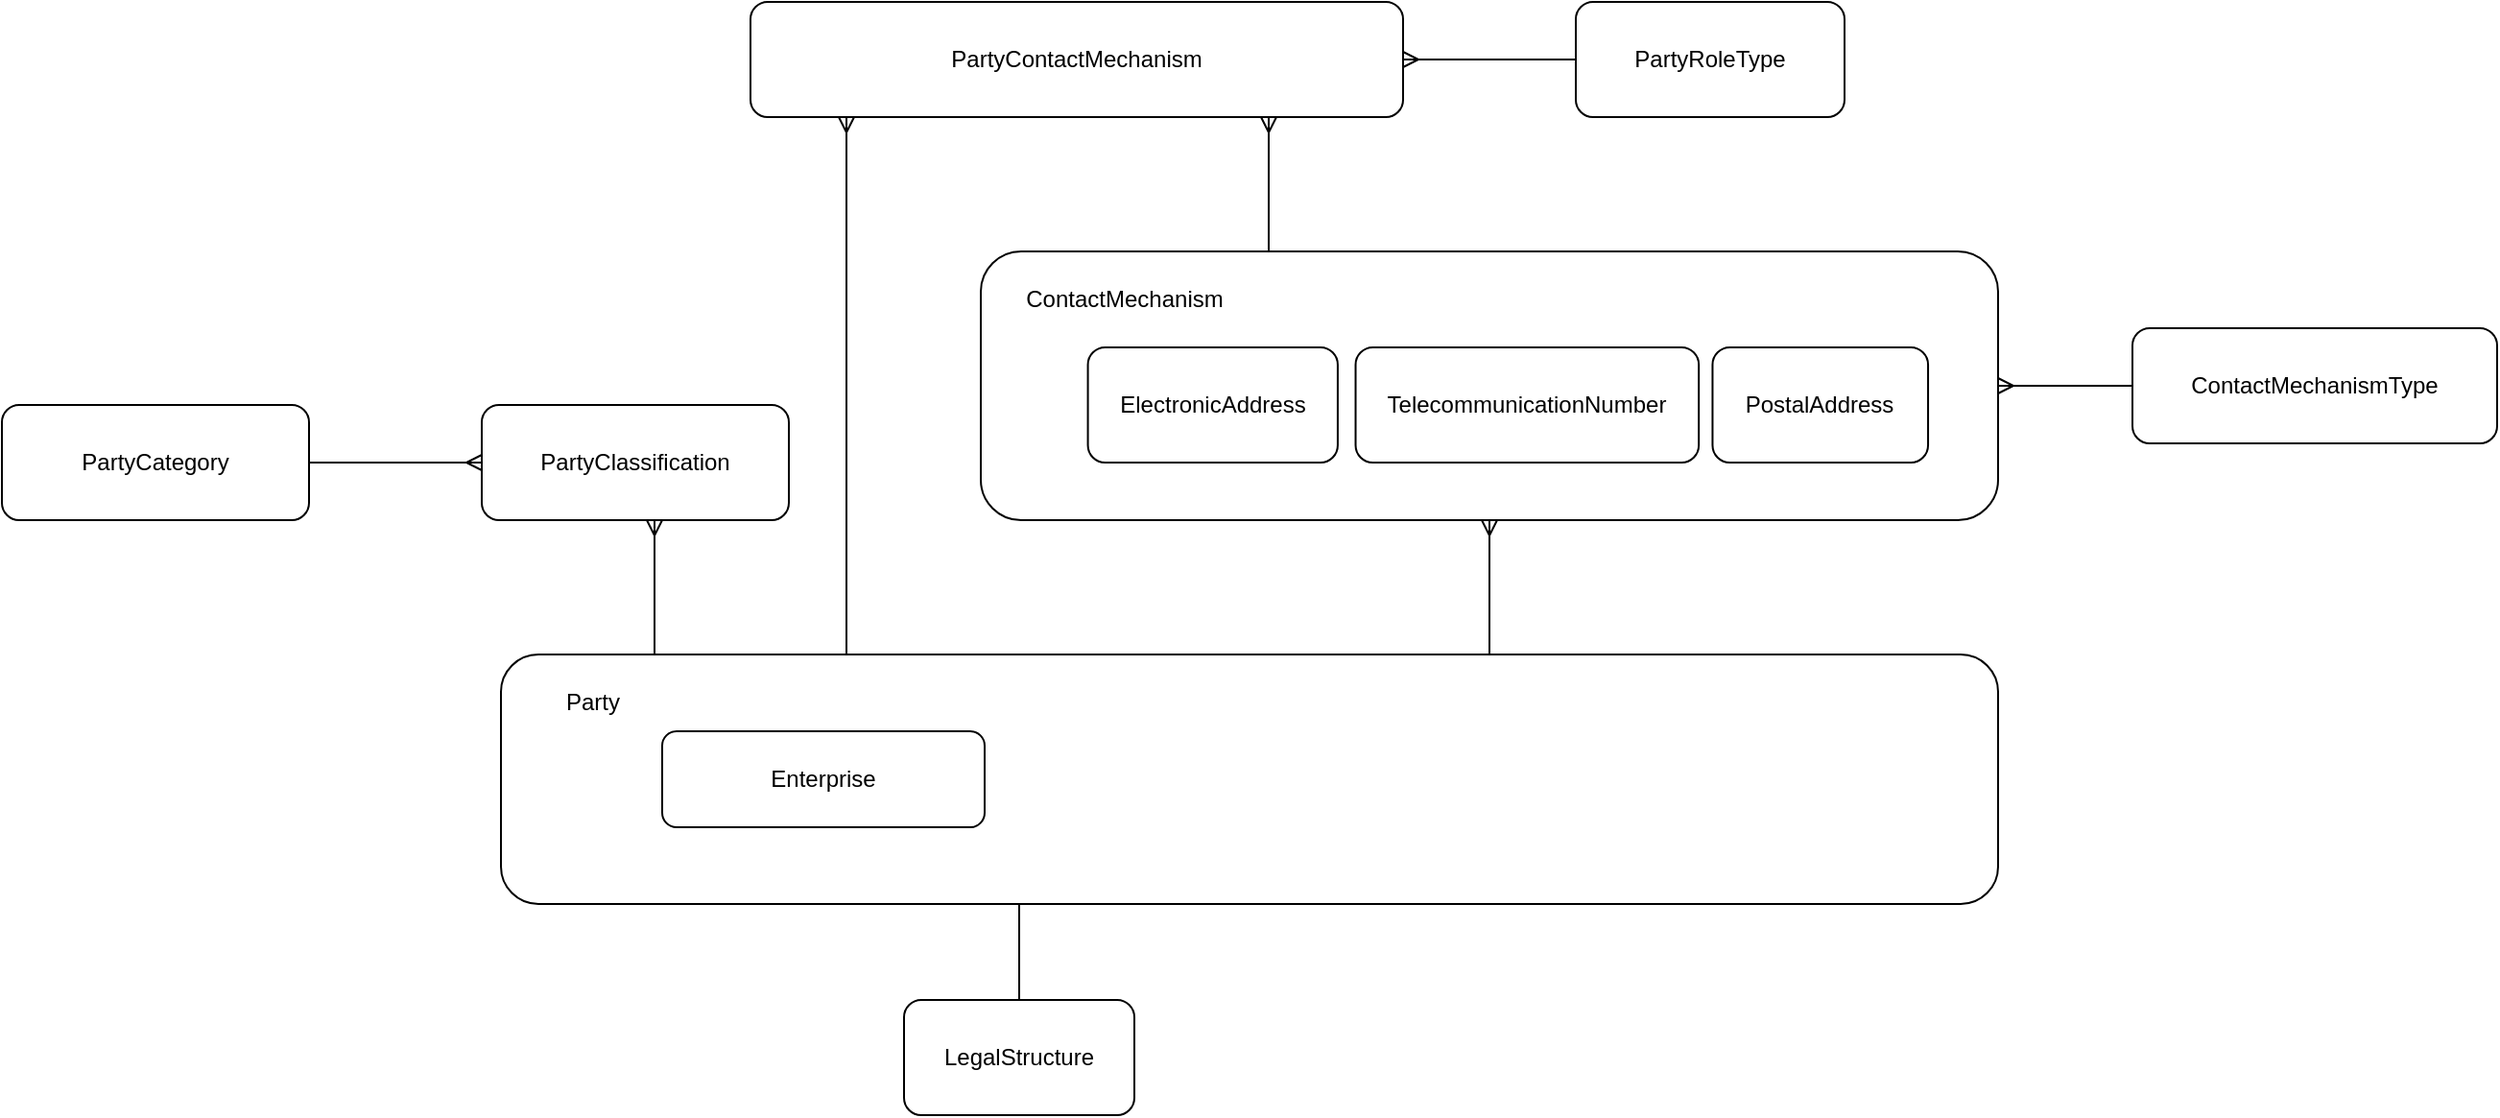
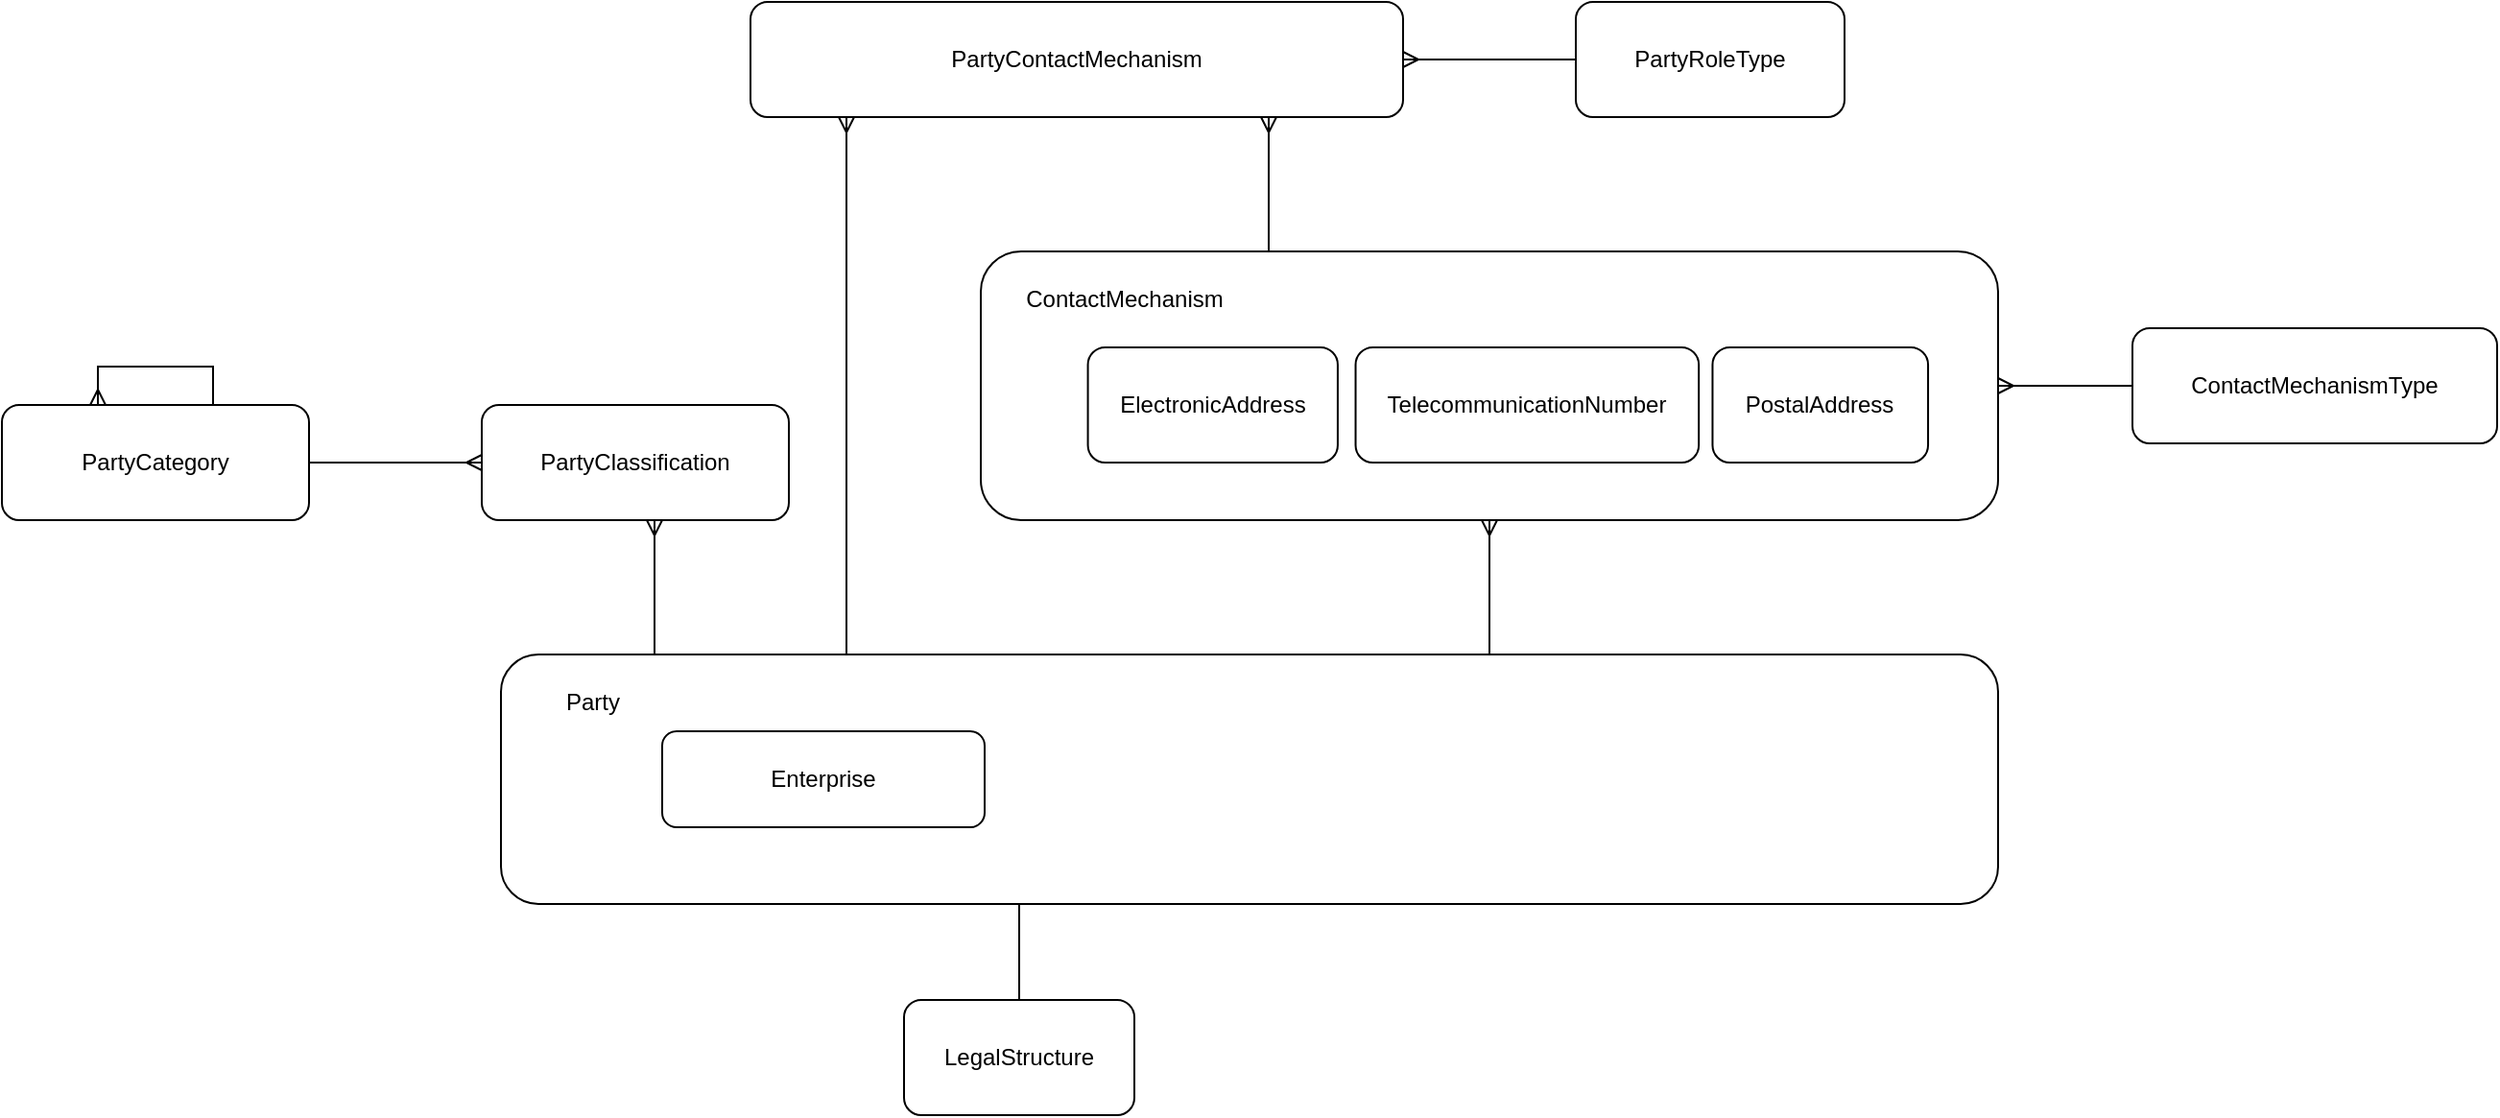
<mxfile host="app.diagrams.net" agent="Mozilla/5.0 (Windows NT 10.0; Win64; x64) AppleWebKit/537.36 (KHTML, like Gecko) Chrome/141.0.0.0 Safari/537.36" version="28.2.9">
  <diagram name="Page-1" id="d0nJ6Fx9cUZLMqGtfM0H">
-     <mxGraphModel dx="2339" dy="889" grid="1" gridSize="10" guides="1" tooltips="1" connect="1" arrows="1" fold="1" page="1" pageScale="1" pageWidth="850" pageHeight="1100" math="0" shadow="0">
+     <mxGraphModel dx="1569" dy="429" grid="1" gridSize="10" guides="1" tooltips="1" connect="1" arrows="1" fold="1" page="1" pageScale="1" pageWidth="850" pageHeight="1100" math="0" shadow="0">
      <root>
        <mxCell id="0" />
        <mxCell id="1" parent="0" />
        <mxCell id="tdPrWEJd15tEannaNgth-4" style="edgeStyle=orthogonalEdgeStyle;rounded=0;orthogonalLoop=1;jettySize=auto;html=1;startArrow=ERmany;startFill=0;endArrow=none;endFill=0;" edge="1" parent="1" source="tdPrWEJd15tEannaNgth-2" target="tdPrWEJd15tEannaNgth-3">
          <mxGeometry relative="1" as="geometry" />
        </mxCell>
        <mxCell id="tdPrWEJd15tEannaNgth-3" value="ContactMechanismType" style="rounded=1;whiteSpace=wrap;html=1;" vertex="1" parent="1">
          <mxGeometry x="600" y="240" width="190" height="60" as="geometry" />
        </mxCell>
        <mxCell id="tdPrWEJd15tEannaNgth-13" value="PartyRoleType" style="rounded=1;whiteSpace=wrap;html=1;" vertex="1" parent="1">
          <mxGeometry x="310" y="70" width="140" height="60" as="geometry" />
        </mxCell>
        <mxCell id="tdPrWEJd15tEannaNgth-14" style="edgeStyle=orthogonalEdgeStyle;rounded=0;orthogonalLoop=1;jettySize=auto;html=1;startArrow=ERmany;startFill=0;endArrow=none;endFill=0;" edge="1" parent="1" source="tdPrWEJd15tEannaNgth-15" target="tdPrWEJd15tEannaNgth-13">
          <mxGeometry relative="1" as="geometry">
            <mxPoint x="730" y="420" as="sourcePoint" />
            <mxPoint x="730" y="340" as="targetPoint" />
          </mxGeometry>
        </mxCell>
        <mxCell id="tdPrWEJd15tEannaNgth-15" value="PartyContactMechanism" style="rounded=1;whiteSpace=wrap;html=1;" vertex="1" parent="1">
          <mxGeometry x="-120" y="70" width="340" height="60" as="geometry" />
        </mxCell>
        <mxCell id="tdPrWEJd15tEannaNgth-18" style="edgeStyle=orthogonalEdgeStyle;rounded=0;orthogonalLoop=1;jettySize=auto;html=1;startArrow=ERmany;startFill=0;endArrow=none;endFill=0;" edge="1" parent="1" source="tdPrWEJd15tEannaNgth-15" target="tdPrWEJd15tEannaNgth-1">
          <mxGeometry relative="1" as="geometry">
            <mxPoint x="140" y="250" as="sourcePoint" />
            <mxPoint x="-10" y="250" as="targetPoint" />
            <Array as="points">
              <mxPoint x="-70" y="300" />
              <mxPoint x="-70" y="300" />
            </Array>
          </mxGeometry>
        </mxCell>
        <mxCell id="tdPrWEJd15tEannaNgth-19" value="" style="group" vertex="1" connectable="0" parent="1">
          <mxGeometry y="200" width="530" height="140" as="geometry" />
        </mxCell>
        <mxCell id="tdPrWEJd15tEannaNgth-2" value="" style="rounded=1;whiteSpace=wrap;html=1;" vertex="1" parent="tdPrWEJd15tEannaNgth-19">
          <mxGeometry width="530" height="140" as="geometry" />
        </mxCell>
        <mxCell id="tdPrWEJd15tEannaNgth-5" value="ElectronicAddress" style="rounded=1;whiteSpace=wrap;html=1;" vertex="1" parent="tdPrWEJd15tEannaNgth-19">
          <mxGeometry x="55.78947368421052" y="50" width="130.17543859649123" height="60" as="geometry" />
        </mxCell>
        <mxCell id="tdPrWEJd15tEannaNgth-6" value="TelecommunicationNumber" style="rounded=1;whiteSpace=wrap;html=1;" vertex="1" parent="tdPrWEJd15tEannaNgth-19">
          <mxGeometry x="195.26315789473682" y="50" width="178.81456140350878" height="60" as="geometry" />
        </mxCell>
        <mxCell id="tdPrWEJd15tEannaNgth-7" value="ContactMechanism" style="text;html=1;whiteSpace=wrap;strokeColor=none;fillColor=none;align=center;verticalAlign=middle;rounded=0;" vertex="1" parent="tdPrWEJd15tEannaNgth-19">
          <mxGeometry x="27.896882591093107" y="10" width="94.41295546558705" height="30" as="geometry" />
        </mxCell>
        <mxCell id="tdPrWEJd15tEannaNgth-8" value="PostalAddress" style="rounded=1;whiteSpace=wrap;html=1;" vertex="1" parent="tdPrWEJd15tEannaNgth-19">
          <mxGeometry x="381.2280701754386" y="50" width="112.29491228070175" height="60" as="geometry" />
        </mxCell>
        <mxCell id="tdPrWEJd15tEannaNgth-20" style="edgeStyle=orthogonalEdgeStyle;rounded=0;orthogonalLoop=1;jettySize=auto;html=1;startArrow=ERmany;startFill=0;endArrow=none;endFill=0;" edge="1" parent="1" source="tdPrWEJd15tEannaNgth-15" target="tdPrWEJd15tEannaNgth-2">
          <mxGeometry relative="1" as="geometry">
            <mxPoint x="370" y="120" as="sourcePoint" />
            <mxPoint x="370" y="430" as="targetPoint" />
            <Array as="points">
              <mxPoint x="150" y="160" />
              <mxPoint x="150" y="160" />
            </Array>
          </mxGeometry>
        </mxCell>
        <mxCell id="tdPrWEJd15tEannaNgth-21" style="edgeStyle=orthogonalEdgeStyle;rounded=0;orthogonalLoop=1;jettySize=auto;html=1;startArrow=ERmany;startFill=0;endArrow=none;endFill=0;" edge="1" parent="1" source="tdPrWEJd15tEannaNgth-2" target="tdPrWEJd15tEannaNgth-1">
          <mxGeometry relative="1" as="geometry">
            <mxPoint x="240" y="400" as="sourcePoint" />
            <mxPoint x="240" y="470" as="targetPoint" />
            <Array as="points">
              <mxPoint x="305" y="420" />
              <mxPoint x="305" y="420" />
            </Array>
          </mxGeometry>
        </mxCell>
        <mxCell id="tdPrWEJd15tEannaNgth-22" value="LegalStructure" style="rounded=1;whiteSpace=wrap;html=1;" vertex="1" parent="1">
          <mxGeometry x="-40" y="590" width="120" height="60" as="geometry" />
        </mxCell>
        <mxCell id="tdPrWEJd15tEannaNgth-23" style="edgeStyle=orthogonalEdgeStyle;rounded=0;orthogonalLoop=1;jettySize=auto;html=1;startArrow=ERmany;startFill=0;endArrow=none;endFill=0;" edge="1" parent="1" source="tdPrWEJd15tEannaNgth-17" target="tdPrWEJd15tEannaNgth-22">
          <mxGeometry relative="1" as="geometry">
            <mxPoint x="270" y="690" as="sourcePoint" />
            <mxPoint x="270" y="760" as="targetPoint" />
            <Array as="points">
              <mxPoint x="20" y="540" />
              <mxPoint x="20" y="540" />
            </Array>
          </mxGeometry>
        </mxCell>
        <mxCell id="tdPrWEJd15tEannaNgth-25" value="" style="group" vertex="1" connectable="0" parent="1">
          <mxGeometry x="-250" y="410" width="780" height="130" as="geometry" />
        </mxCell>
        <mxCell id="tdPrWEJd15tEannaNgth-1" value="" style="rounded=1;whiteSpace=wrap;html=1;" vertex="1" parent="tdPrWEJd15tEannaNgth-25">
          <mxGeometry width="780" height="130" as="geometry" />
        </mxCell>
        <mxCell id="tdPrWEJd15tEannaNgth-9" value="Party" style="text;html=1;whiteSpace=wrap;strokeColor=none;fillColor=none;align=center;verticalAlign=middle;rounded=0;" vertex="1" parent="tdPrWEJd15tEannaNgth-25">
          <mxGeometry x="12" y="10" width="72" height="30" as="geometry" />
        </mxCell>
        <mxCell id="tdPrWEJd15tEannaNgth-17" value="Enterprise" style="rounded=1;whiteSpace=wrap;html=1;" vertex="1" parent="tdPrWEJd15tEannaNgth-25">
          <mxGeometry x="83.99999999999999" y="40" width="167.99999999999997" height="50" as="geometry" />
        </mxCell>
        <mxCell id="tdPrWEJd15tEannaNgth-27" value="PartyClassification" style="rounded=1;whiteSpace=wrap;html=1;" vertex="1" parent="1">
          <mxGeometry x="-260" y="280" width="160" height="60" as="geometry" />
        </mxCell>
        <mxCell id="tdPrWEJd15tEannaNgth-28" value="PartyCategory" style="rounded=1;whiteSpace=wrap;html=1;" vertex="1" parent="1">
          <mxGeometry x="-510" y="280" width="160" height="60" as="geometry" />
        </mxCell>
        <mxCell id="tdPrWEJd15tEannaNgth-31" style="edgeStyle=orthogonalEdgeStyle;rounded=0;orthogonalLoop=1;jettySize=auto;html=1;startArrow=ERmany;startFill=0;endArrow=none;endFill=0;" edge="1" parent="1" source="tdPrWEJd15tEannaNgth-27" target="tdPrWEJd15tEannaNgth-1">
          <mxGeometry relative="1" as="geometry">
            <mxPoint x="-260" y="180" as="sourcePoint" />
            <mxPoint x="-260" y="250" as="targetPoint" />
            <Array as="points">
              <mxPoint x="-170" y="370" />
              <mxPoint x="-170" y="370" />
            </Array>
          </mxGeometry>
        </mxCell>
        <mxCell id="tdPrWEJd15tEannaNgth-32" style="edgeStyle=orthogonalEdgeStyle;rounded=0;orthogonalLoop=1;jettySize=auto;html=1;startArrow=ERmany;startFill=0;endArrow=none;endFill=0;" edge="1" parent="1" source="tdPrWEJd15tEannaNgth-27" target="tdPrWEJd15tEannaNgth-28">
          <mxGeometry relative="1" as="geometry">
            <mxPoint x="-230" y="200" as="sourcePoint" />
            <mxPoint x="-230" y="270" as="targetPoint" />
            <Array as="points" />
          </mxGeometry>
        </mxCell>
+         <mxCell id="tdPrWEJd15tEannaNgth-33" style="edgeStyle=orthogonalEdgeStyle;rounded=0;orthogonalLoop=1;jettySize=auto;html=1;startArrow=ERmany;startFill=0;endArrow=none;endFill=0;" edge="1" parent="1" source="tdPrWEJd15tEannaNgth-28" target="tdPrWEJd15tEannaNgth-28">
+           <mxGeometry relative="1" as="geometry">
+             <mxPoint x="-370" y="440" as="sourcePoint" />
+             <mxPoint x="-460" y="440" as="targetPoint" />
+             <Array as="points">
+               <mxPoint x="-460" y="260" />
+               <mxPoint x="-400" y="260" />
+             </Array>
+           </mxGeometry>
+         </mxCell>
      </root>
    </mxGraphModel>
  </diagram>
</mxfile>
